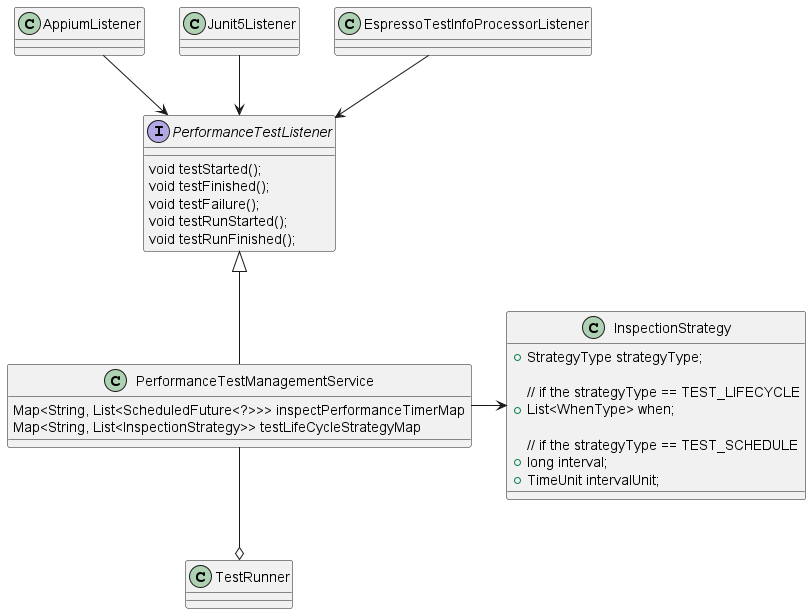
This is docs/images/UML/perf_test_class_design.png from microsoft/HydraLab, a PlantUML export, as it was before one commit.
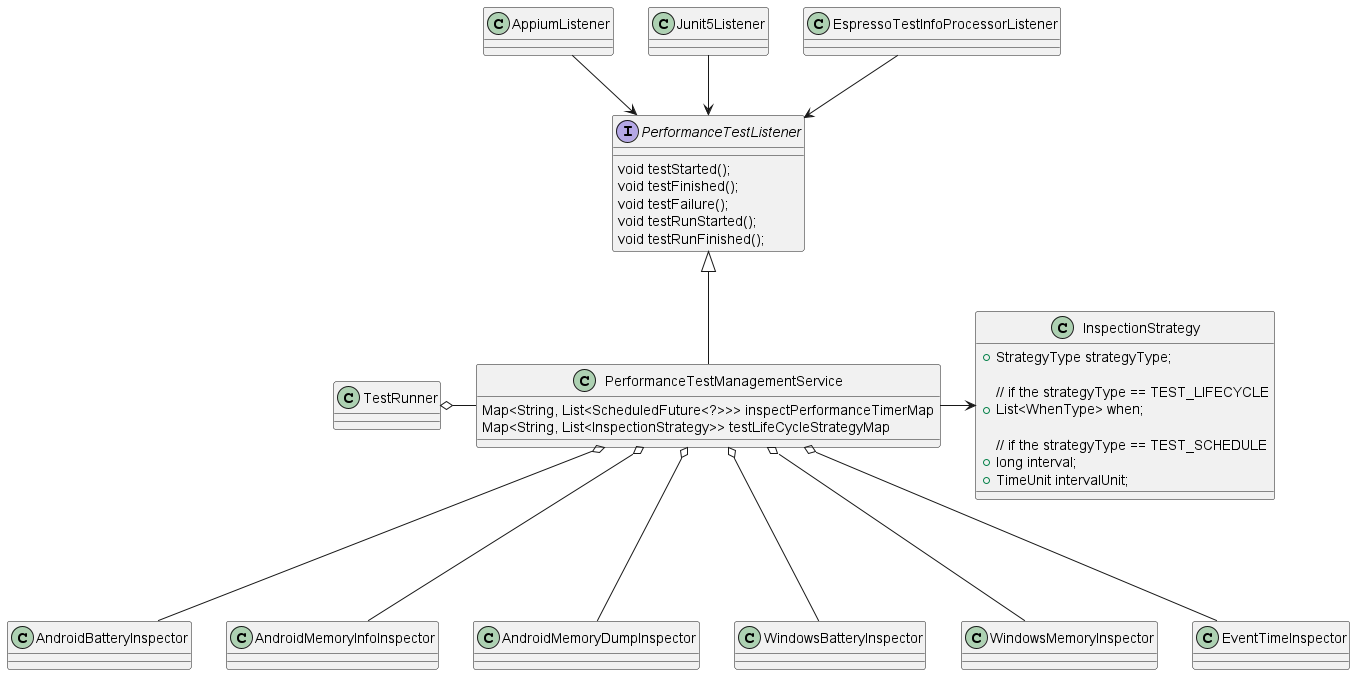
After the commit.

Commit message:
[Design][Perf] Design a solution that will support UI latency test (#443)

Diff of the diagram source:
```diff
@@ -24,10 +24,17 @@
     Map<String, List<InspectionStrategy>> testLifeCycleStrategyMap
 }
 
+AndroidBatteryInspector -up--o PerformanceTestManagementService
+AndroidMemoryInfoInspector -up--o PerformanceTestManagementService
+AndroidMemoryDumpInspector -up--o PerformanceTestManagementService
+WindowsBatteryInspector -up--o PerformanceTestManagementService
+WindowsMemoryInspector -up--o PerformanceTestManagementService
+EventTimeInspector -up--o PerformanceTestManagementService
+
 PerformanceTestManagementService -> InspectionStrategy
 PerformanceTestManagementService -u-|> PerformanceTestListener
 
-PerformanceTestManagementService -d-o TestRunner
+PerformanceTestManagementService -left-o TestRunner
 AppiumListener -d->  PerformanceTestListener
 Junit5Listener -d->  PerformanceTestListener
 EspressoTestInfoProcessorListener  -d->  PerformanceTestListener
```
